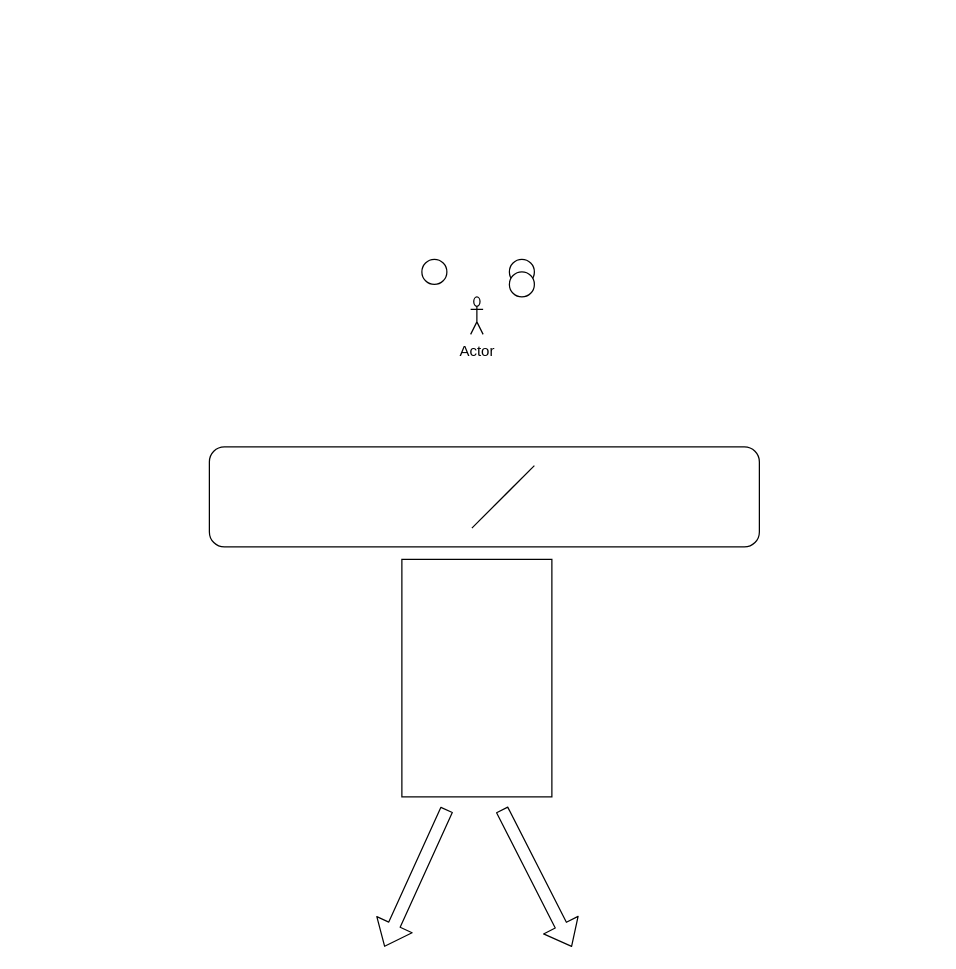
Above: ITP.drawio in Shan-Joel/ITP-Sequence-Diagram (draw.io), before the change. Source tidied: cells renumbered, new cells numbered last; positions are measured from the earlier drawing's top-left corner, leaving out a move shared by most shapes. Both pictures are drawn from the tidied source at 125%, with x=0, y=0 at pixel (209, 259).
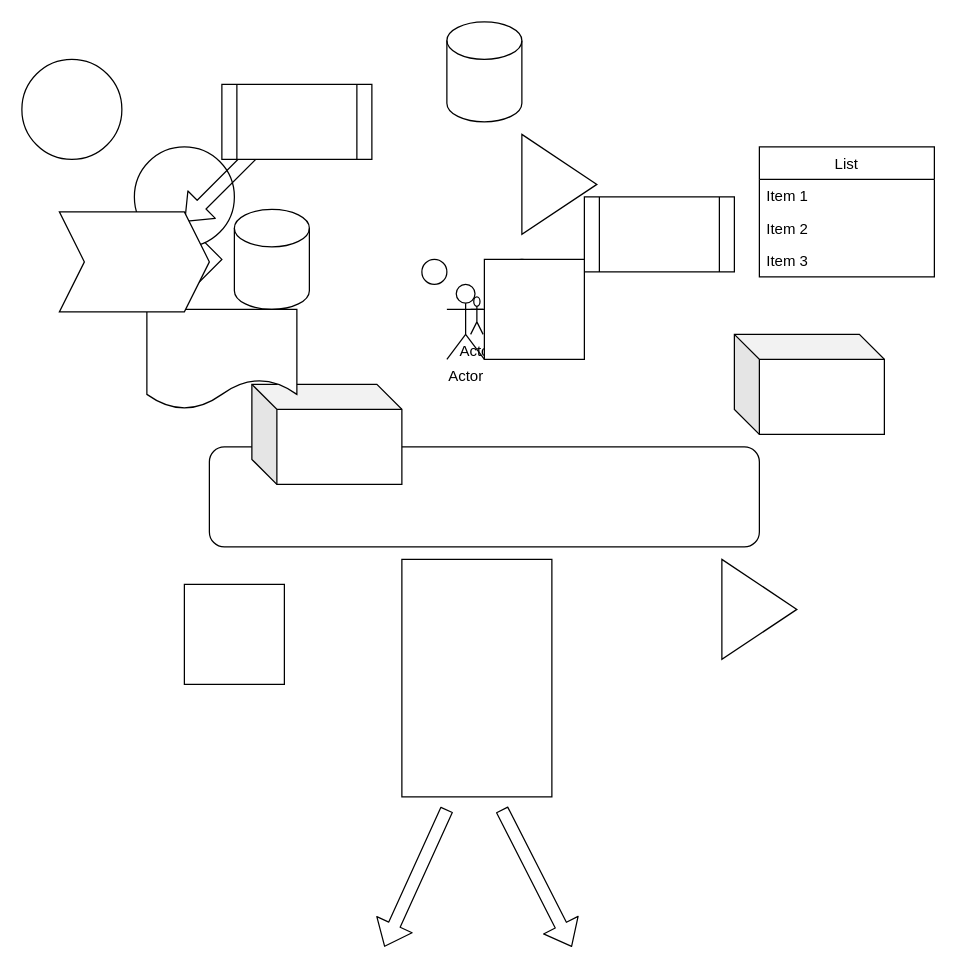
After the change.

Diff of the diagram source:
```diff
@@
-    <mxCell id="5" style="endArrow=none;html=1;entryX=0.07;entryY=0.775;entryDx=0;entryDy=0;entryPerimeter=0;exitX=1;exitY=1;exitDx=0;exitDy=0;" parent="1" edge="1">
-      <mxGeometry relative="1" as="geometry">
-        <mxPoint x="210" y="215" as="sourcePoint" />
-        <mxPoint x="260" y="165" as="targetPoint" />
-      </mxGeometry>
-    </mxCell>
-    <mxCell id="6" style="ellipse;whiteSpace=wrap;html=1;" parent="1" vertex="1">
-      <mxGeometry x="240" y="10" width="20" height="20" as="geometry" />
-    </mxCell>
@@
+    <mxCell id="11" style="shape=cylinder3;whiteSpace=wrap;html=1;boundedLbl=1;backgroundOutline=1;size=15;" parent="1" vertex="1">
+      <mxGeometry x="20" y="-40" width="60" height="80" as="geometry" />
+    </mxCell>
+    <mxCell id="12" style="shape=cylinder3;whiteSpace=wrap;html=1;boundedLbl=1;backgroundOutline=1;size=15;" parent="1" vertex="1">
+      <mxGeometry x="190" y="-190" width="60" height="80" as="geometry" />
+    </mxCell>
+    <mxCell id="13" style="rhombus;whiteSpace=wrap;html=1;" parent="1" vertex="1">
+      <mxGeometry x="-70" y="-40" width="80" height="80" as="geometry" />
+    </mxCell>
+    <mxCell id="14" style="shape=process;whiteSpace=wrap;html=1;backgroundOutline=1;" parent="1" vertex="1">
+      <mxGeometry x="300" y="-50" width="120" height="60" as="geometry" />
+    </mxCell>
+    <mxCell id="15" style="ellipse;whiteSpace=wrap;html=1;" parent="1" vertex="1">
+      <mxGeometry x="-60" y="-90" width="80" height="80" as="geometry" />
+    </mxCell>
+    <mxCell id="16" style="shape=cube;whiteSpace=wrap;html=1;boundedLbl=1;backgroundOutline=1;darkOpacity=0.05;darkOpacity2=0.1;" parent="1" vertex="1">
+      <mxGeometry x="34" y="100" width="120" height="80" as="geometry" />
+    </mxCell>
+    <mxCell id="17" style="shape=flexArrow;endArrow=classic;startArrow=classic;html=1;" parent="1" edge="1">
+      <mxGeometry relative="1" as="geometry">
+        <mxPoint x="-20" y="-30" as="sourcePoint" />
+        <mxPoint x="80" y="-130" as="targetPoint" />
+      </mxGeometry>
+    </mxCell>
+    <mxCell id="18" style="shape=document;whiteSpace=wrap;html=1;boundedLbl=1;" parent="1" vertex="1">
+      <mxGeometry x="-50" y="40" width="120" height="80" as="geometry" />
+    </mxCell>
+    <mxCell id="19" style="triangle;whiteSpace=wrap;html=1;" parent="1" vertex="1">
+      <mxGeometry x="250" y="-100" width="60" height="80" as="geometry" />
+    </mxCell>
+    <mxCell id="20" style="whiteSpace=wrap;html=1;" parent="1" vertex="1">
+      <mxGeometry x="220" width="80" height="80" as="geometry" />
+    </mxCell>
+    <mxCell id="21" value="Actor" style="shape=umlActor;verticalLabelPosition=bottom;verticalAlign=top;html=1;" parent="1" vertex="1">
+      <mxGeometry x="190" y="20" width="30" height="60" as="geometry" />
+    </mxCell>
+    <mxCell id="22" value="List" style="swimlane;fontStyle=0;horizontal=1;startSize=26;" parent="1" vertex="1">
+      <mxGeometry x="440" y="-90" width="140" height="104" as="geometry" />
+    </mxCell>
+    <mxCell id="23" value="Item 1" style="text;strokeColor=none;fillColor=none;align=left;verticalAlign=top;spacingLeft=4;spacingRight=4;overflow=hidden;" parent="22" vertex="1">
+      <mxGeometry y="26" width="140" height="26" as="geometry" />
+    </mxCell>
+    <mxCell id="24" value="Item 2" style="text;strokeColor=none;fillColor=none;align=left;verticalAlign=top;spacingLeft=4;spacingRight=4;overflow=hidden;" parent="22" vertex="1">
+      <mxGeometry y="52" width="140" height="26" as="geometry" />
+    </mxCell>
+    <mxCell id="25" value="Item 3" style="text;strokeColor=none;fillColor=none;align=left;verticalAlign=top;spacingLeft=4;spacingRight=4;overflow=hidden;" parent="22" vertex="1">
+      <mxGeometry y="78" width="140" height="26" as="geometry" />
+    </mxCell>
+    <mxCell id="26" style="shape=step;perimeter=stepPerimeter;whiteSpace=wrap;html=1;fixedSize=1;" parent="1" vertex="1">
+      <mxGeometry x="-120" y="-38" width="120" height="80" as="geometry" />
+    </mxCell>
+    <mxCell id="27" style="shape=process;whiteSpace=wrap;html=1;backgroundOutline=1;" parent="1" vertex="1">
+      <mxGeometry x="10" y="-140" width="120" height="60" as="geometry" />
+    </mxCell>
+    <mxCell id="28" style="ellipse;whiteSpace=wrap;html=1;" parent="1" vertex="1">
+      <mxGeometry x="-150" y="-160" width="80" height="80" as="geometry" />
+    </mxCell>
+    <mxCell id="29" style="whiteSpace=wrap;html=1;" parent="1" vertex="1">
+      <mxGeometry x="-20" y="260" width="80" height="80" as="geometry" />
+    </mxCell>
+    <mxCell id="30" style="triangle;whiteSpace=wrap;html=1;" parent="1" vertex="1">
+      <mxGeometry x="410" y="240" width="60" height="80" as="geometry" />
+    </mxCell>
+    <mxCell id="31" style="shape=cube;whiteSpace=wrap;html=1;boundedLbl=1;backgroundOutline=1;darkOpacity=0.05;darkOpacity2=0.1;" parent="1" vertex="1">
+      <mxGeometry x="420" y="60" width="120" height="80" as="geometry" />
+    </mxCell>
```
